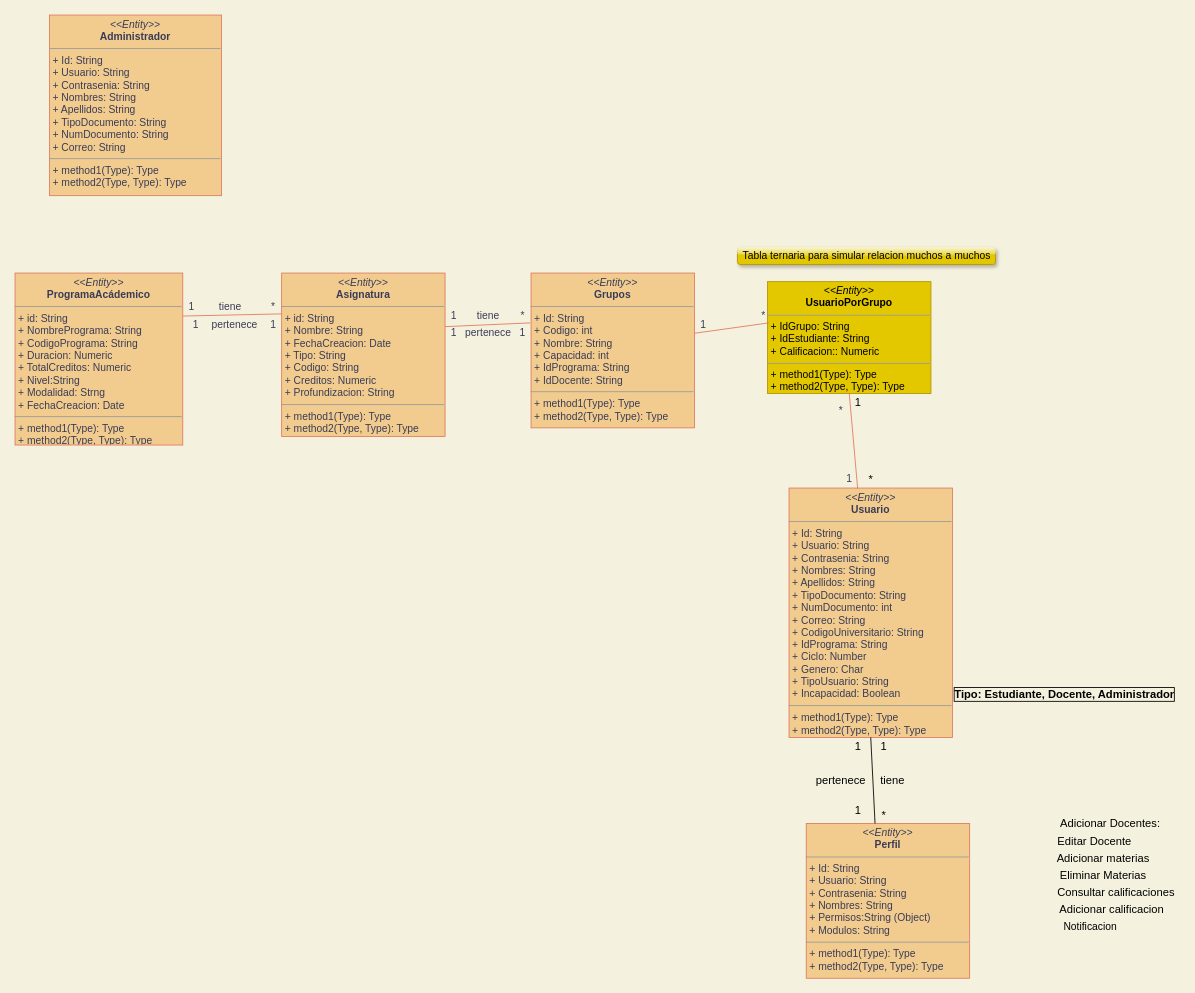
This is Diagramas/Clases mejorado.drawio from williamvargas7/EduFree-Eq2, a draw.io file, before an edit. Source tidied: cells renumbered, new cells numbered last; positions are measured from the earlier drawing's top-left corner, leaving out a move shared by most shapes. Both pictures are drawn from the tidied source at 86%, with x=0, y=0 at pixel (15, 15).
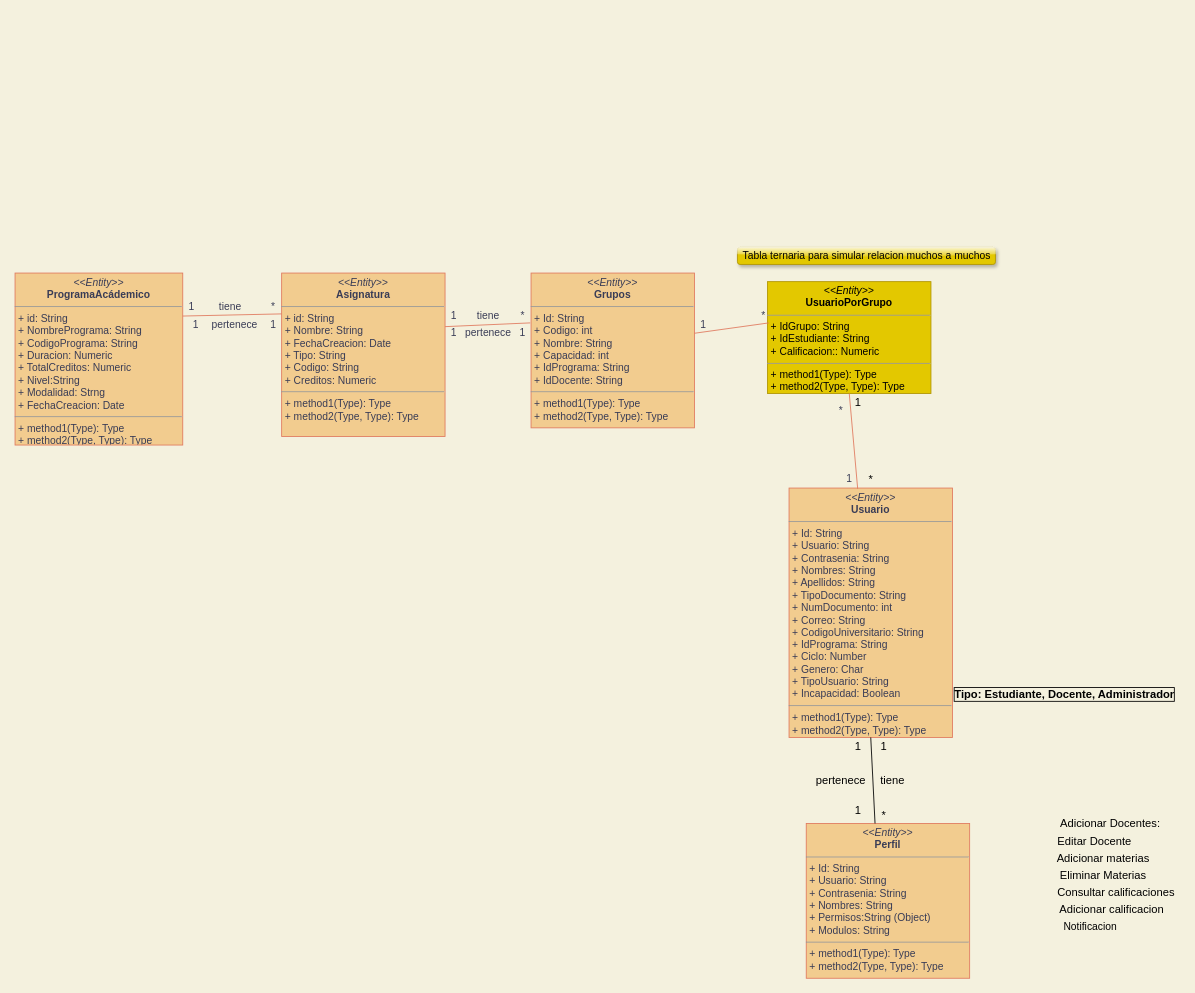
The same diagram, later.

Commit message:
Ultimo Cambio Diagrama de Clases

What changed in the source:
```diff
@@
-    <mxCell id="2" value="&lt;p style=&quot;margin: 0px ; margin-top: 4px ; text-align: center&quot;&gt;&lt;i&gt;&amp;lt;&amp;lt;Entity&amp;gt;&amp;gt;&lt;/i&gt;&lt;br&gt;&lt;b&gt;Administrador&lt;/b&gt;&lt;/p&gt;&lt;hr size=&quot;1&quot;&gt;&lt;p style=&quot;margin: 0px ; margin-left: 4px&quot;&gt;+ Id: String&lt;br&gt;+ Usuario: String&lt;/p&gt;&lt;p style=&quot;margin: 0px ; margin-left: 4px&quot;&gt;+ Contrasenia: String&lt;/p&gt;&lt;p style=&quot;margin: 0px ; margin-left: 4px&quot;&gt;+ Nombres: String&lt;/p&gt;&lt;p style=&quot;margin: 0px ; margin-left: 4px&quot;&gt;+ Apellidos: String&lt;/p&gt;&lt;p style=&quot;margin: 0px ; margin-left: 4px&quot;&gt;+ TipoDocumento: String&lt;/p&gt;&lt;p style=&quot;margin: 0px ; margin-left: 4px&quot;&gt;+ NumDocumento: String&lt;/p&gt;&lt;p style=&quot;margin: 0px ; margin-left: 4px&quot;&gt;+ Correo: String&lt;/p&gt;&lt;hr size=&quot;1&quot;&gt;&lt;p style=&quot;margin: 0px ; margin-left: 4px&quot;&gt;+ method1(Type): Type&lt;br&gt;+ method2(Type, Type): Type&lt;/p&gt;" style="verticalAlign=top;align=left;overflow=fill;fontSize=12;fontFamily=Helvetica;html=1;fillColor=#F2CC8F;strokeColor=#E07A5F;fontColor=#393C56;" parent="1" vertex="1">
-      <mxGeometry x="40" width="200" height="210" as="geometry" />
-    </mxCell>
@@
-    <mxCell id="7" value="&lt;p style=&quot;margin: 0px ; margin-top: 4px ; text-align: center&quot;&gt;&lt;i&gt;&amp;lt;&amp;lt;Entity&amp;gt;&amp;gt;&lt;/i&gt;&lt;br&gt;&lt;b&gt;Asignatura&lt;/b&gt;&lt;/p&gt;&lt;hr size=&quot;1&quot;&gt;&lt;p style=&quot;margin: 0px ; margin-left: 4px&quot;&gt;+ id: String&lt;br&gt;+ Nombre: String&lt;/p&gt;&lt;p style=&quot;margin: 0px ; margin-left: 4px&quot;&gt;+ FechaCreacion: Date&lt;/p&gt;&lt;p style=&quot;margin: 0px ; margin-left: 4px&quot;&gt;+ Tipo: String&lt;/p&gt;&lt;p style=&quot;margin: 0px ; margin-left: 4px&quot;&gt;+ Codigo: String&lt;/p&gt;&lt;p style=&quot;margin: 0px ; margin-left: 4px&quot;&gt;+ Creditos: Numeric&lt;/p&gt;&lt;p style=&quot;margin: 0px ; margin-left: 4px&quot;&gt;+ Profundizacion: String&lt;br&gt;&lt;/p&gt;&lt;hr size=&quot;1&quot;&gt;&lt;p style=&quot;margin: 0px ; margin-left: 4px&quot;&gt;+ method1(Type): Type&lt;br&gt;+ method2(Type, Type): Type&lt;/p&gt;" style="verticalAlign=top;align=left;overflow=fill;fontSize=12;fontFamily=Helvetica;html=1;fillColor=#F2CC8F;strokeColor=#E07A5F;fontColor=#393C56;" parent="1" vertex="1">
+    <mxCell id="7" value="&lt;p style=&quot;margin: 0px ; margin-top: 4px ; text-align: center&quot;&gt;&lt;i&gt;&amp;lt;&amp;lt;Entity&amp;gt;&amp;gt;&lt;/i&gt;&lt;br&gt;&lt;b&gt;Asignatura&lt;/b&gt;&lt;/p&gt;&lt;hr size=&quot;1&quot;&gt;&lt;p style=&quot;margin: 0px ; margin-left: 4px&quot;&gt;+ id: String&lt;br&gt;+ Nombre: String&lt;/p&gt;&lt;p style=&quot;margin: 0px ; margin-left: 4px&quot;&gt;+ FechaCreacion: Date&lt;/p&gt;&lt;p style=&quot;margin: 0px ; margin-left: 4px&quot;&gt;+ Tipo: String&lt;/p&gt;&lt;p style=&quot;margin: 0px ; margin-left: 4px&quot;&gt;+ Codigo: String&lt;/p&gt;&lt;p style=&quot;margin: 0px ; margin-left: 4px&quot;&gt;+ Creditos: Numeric&lt;/p&gt;&lt;hr size=&quot;1&quot;&gt;&lt;p style=&quot;margin: 0px ; margin-left: 4px&quot;&gt;+ method1(Type): Type&lt;br&gt;+ method2(Type, Type): Type&lt;/p&gt;" style="verticalAlign=top;align=left;overflow=fill;fontSize=12;fontFamily=Helvetica;html=1;fillColor=#F2CC8F;strokeColor=#E07A5F;fontColor=#393C56;" parent="1" vertex="1">
       <mxGeometry x="310" y="300" width="190" height="190" as="geometry" />
     </mxCell>
```
